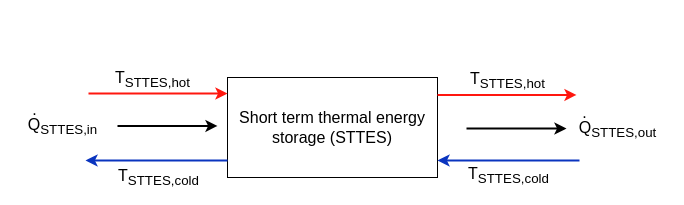
This is docs/fig/source_files/221028_STTES.drawio from QuaSi-Software/Documentation, a draw.io file, before an edit. Source tidied: cells renumbered, new cells numbered last; positions are measured from the earlier drawing's top-left corner, leaving out a move shared by most shapes. Both pictures are drawn from the tidied source at 100%, with x=0, y=0 at pixel (17, 77).
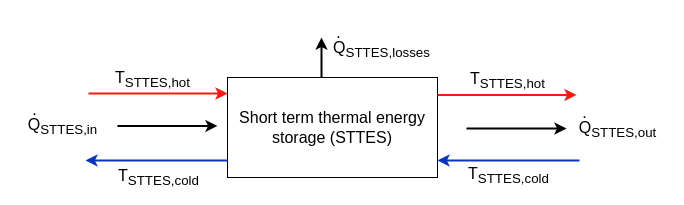
The same diagram, later.

Commit message (it also covers changes not shown here):
add losses to thermal short term storage

Change to the diagram source:
```diff
@@
+    <mxCell id="17" style="endArrow=classic;html=1;rounded=0;fontSize=16;strokeWidth=2;" parent="1" edge="1">
+      <mxGeometry relative="1" as="geometry">
+        <mxPoint x="304" as="sourcePoint" />
+        <mxPoint x="304" y="-40" as="targetPoint" />
+      </mxGeometry>
+    </mxCell>
+    <mxCell id="18" value="Q&lt;sub&gt;STTES,losses&lt;/sub&gt;" style="text;html=1;align=center;verticalAlign=middle;strokeColor=none;fillColor=none;fontSize=16;" parent="1" vertex="1">
+      <mxGeometry x="304" y="-48" width="120" height="40" as="geometry" />
+    </mxCell>
+    <mxCell id="19" value="." style="text;html=1;align=center;verticalAlign=middle;strokeColor=none;fillColor=none;fontSize=16;" parent="1" vertex="1">
+      <mxGeometry x="306" y="-60" width="30" height="30" as="geometry" />
+    </mxCell>
```
